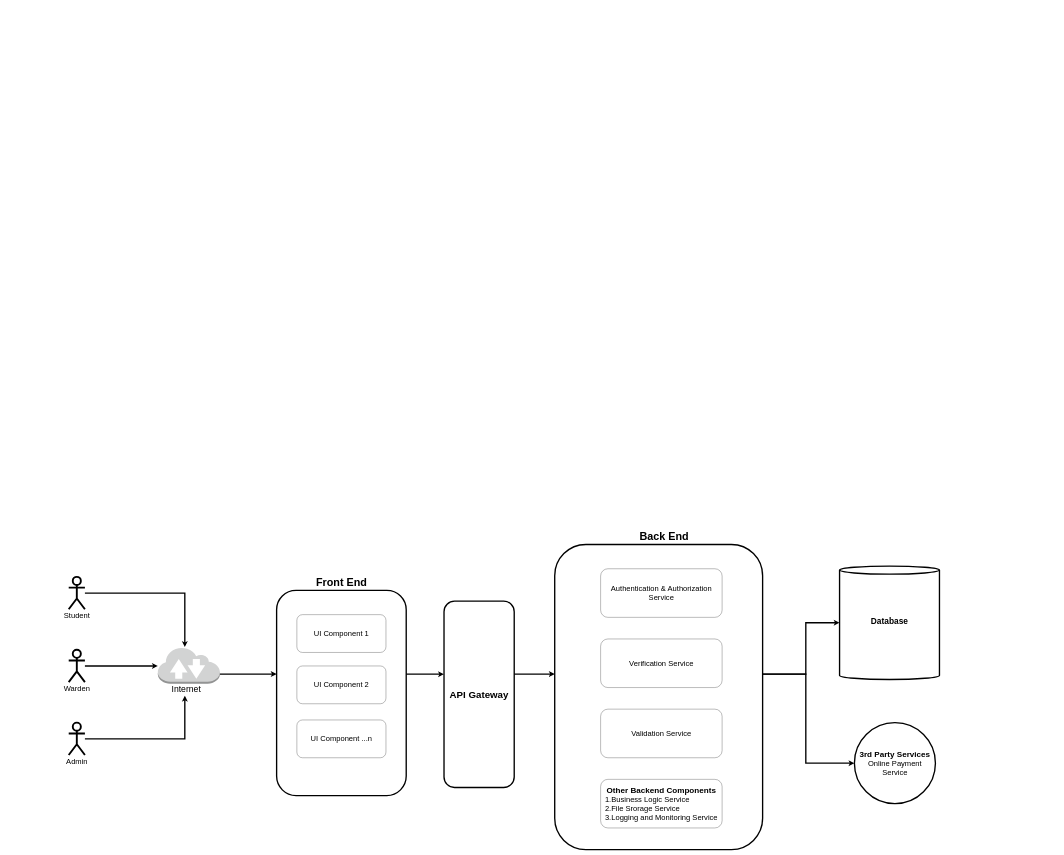
The draw.io diagram System Architecture Diagram.drawio in OU-Hostel-Management/OU-Hostel-System, before the edit. Source tidied: cells renumbered, new cells numbered last; positions are measured from the earlier drawing's top-left corner, leaving out a move shared by most shapes. Both pictures are drawn from the tidied source at 27%, with x=0, y=0 at pixel (69, 528).
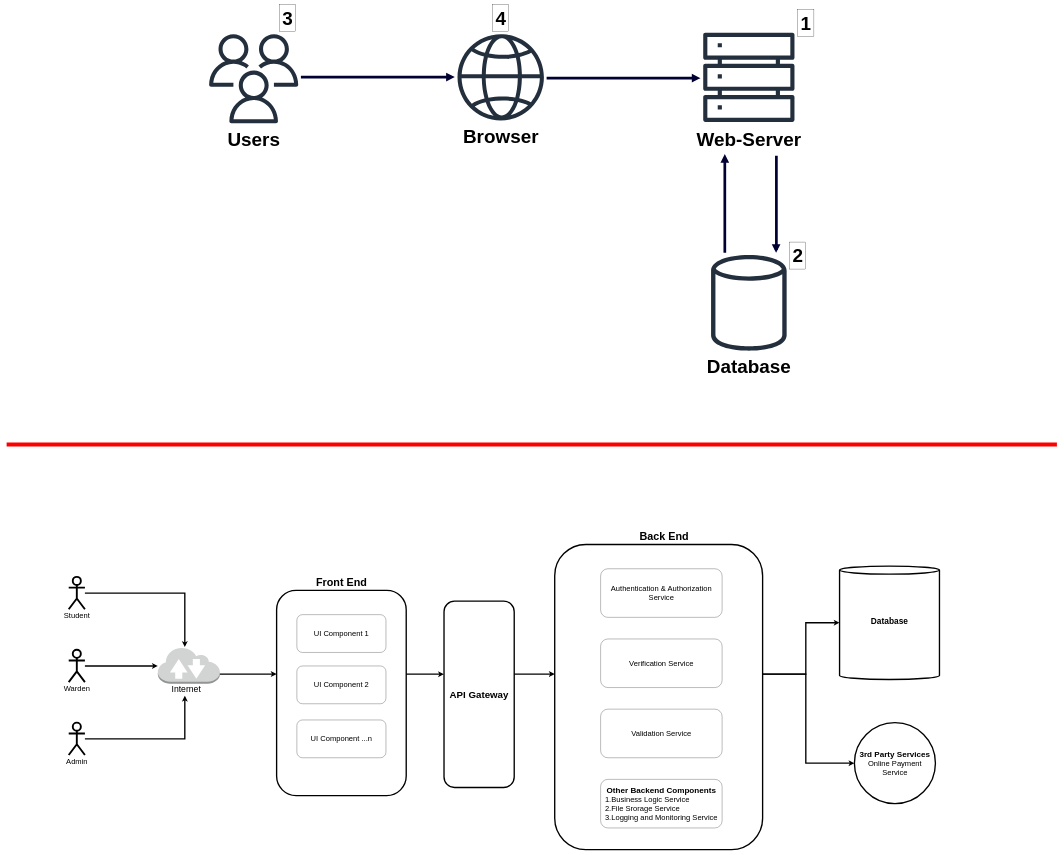
The same page after the edit.

Change to the diagram source:
```diff
@@
+    <mxCell id="31" style="group;" parent="1" vertex="1">
+      <mxGeometry x="520" y="-1939" width="2240" height="1389" as="geometry" />
+    </mxCell>
+    <mxCell id="32" style="sketch=0;fontColor=#232F3E;gradientColor=none;fillColor=#232F3D;strokeColor=none;dashed=0;verticalLabelPosition=bottom;verticalAlign=top;align=center;html=1;fontSize=12;fontStyle=0;shape=mxgraph.aws4.globe;" parent="31" vertex="1">
+      <mxGeometry x="920" y="109" width="320" height="320" as="geometry" />
+    </mxCell>
+    <mxCell id="33" style="sketch=0;fontColor=#232F3E;gradientColor=none;fillColor=#232F3D;strokeColor=none;dashed=0;verticalLabelPosition=bottom;verticalAlign=top;align=center;html=1;fontSize=12;fontStyle=0;shape=mxgraph.aws4.users;" parent="31" vertex="1">
+      <mxGeometry y="109" width="330" height="330" as="geometry" />
+    </mxCell>
+    <mxCell id="34" style="sketch=0;fontColor=#232F3E;gradientColor=none;fillColor=#232F3D;strokeColor=none;dashed=0;verticalLabelPosition=bottom;verticalAlign=top;align=center;html=1;fontSize=12;fontStyle=0;shape=mxgraph.aws4.servers;" parent="31" vertex="1">
+      <mxGeometry x="1830" y="100" width="338" height="338" as="geometry" />
+    </mxCell>
+    <mxCell id="35" style="sketch=0;fontColor=#232F3E;gradientColor=none;fillColor=#232F3D;strokeColor=none;dashed=0;verticalLabelPosition=bottom;verticalAlign=top;align=center;html=1;fontSize=12;fontStyle=0;shape=mxgraph.aws4.generic_database;" parent="31" vertex="1">
+      <mxGeometry x="1859.1" y="919" width="279.9" height="370" as="geometry" />
+    </mxCell>
+    <mxCell id="36" value="&lt;font style=&quot;font-size: 70px;&quot;&gt;&lt;b&gt;Users&lt;/b&gt;&lt;/font&gt;" style="text;html=1;align=center;verticalAlign=middle;strokeColor=none;fillColor=none;" parent="31" vertex="1">
+      <mxGeometry x="55" y="449" width="220" height="100" as="geometry" />
+    </mxCell>
+    <mxCell id="37" value="&lt;span style=&quot;font-size: 70px;&quot;&gt;&lt;b&gt;Browser&lt;/b&gt;&lt;/span&gt;" style="text;html=1;align=center;verticalAlign=middle;strokeColor=none;fillColor=none;" parent="31" vertex="1">
+      <mxGeometry x="930" y="439" width="300" height="100" as="geometry" />
+    </mxCell>
+    <mxCell id="38" value="&lt;span style=&quot;font-size: 70px;&quot;&gt;&lt;b&gt;Web-Server&lt;/b&gt;&lt;/span&gt;" style="text;html=1;align=center;verticalAlign=middle;strokeColor=none;fillColor=none;" parent="31" vertex="1">
+      <mxGeometry x="1794" y="449" width="410" height="100" as="geometry" />
+    </mxCell>
+    <mxCell id="39" value="&lt;span style=&quot;font-size: 70px;&quot;&gt;&lt;b&gt;Database&lt;/b&gt;&lt;/span&gt;" style="text;html=1;align=center;verticalAlign=middle;strokeColor=none;fillColor=none;" parent="31" vertex="1">
+      <mxGeometry x="1834" y="1289" width="330" height="100" as="geometry" />
+    </mxCell>
+    <mxCell id="40" style="edgeStyle=orthogonalEdgeStyle;html=1;endArrow=block;elbow=vertical;startArrow=none;endFill=1;strokeColor=#000033;rounded=0;strokeWidth=10;" parent="31" edge="1">
+      <mxGeometry relative="1" as="geometry">
+        <mxPoint x="340" y="268" as="sourcePoint" />
+        <mxPoint x="910" y="268" as="targetPoint" />
+      </mxGeometry>
+    </mxCell>
+    <mxCell id="41" style="edgeStyle=orthogonalEdgeStyle;html=1;endArrow=block;elbow=vertical;startArrow=none;endFill=1;strokeColor=#000033;rounded=0;strokeWidth=10;" parent="31" edge="1">
+      <mxGeometry relative="1" as="geometry">
+        <mxPoint x="1250" y="272" as="sourcePoint" />
+        <mxPoint x="1820" y="272" as="targetPoint" />
+      </mxGeometry>
+    </mxCell>
+    <mxCell id="42" style="edgeStyle=orthogonalEdgeStyle;html=1;endArrow=block;elbow=vertical;startArrow=none;endFill=1;strokeColor=#000033;rounded=0;strokeWidth=10;" parent="31" edge="1">
+      <mxGeometry relative="1" as="geometry">
+        <mxPoint x="1910" y="919" as="sourcePoint" />
+        <mxPoint x="1910" y="553" as="targetPoint" />
+        <Array as="points">
+          <mxPoint x="1910" y="573" />
+        </Array>
+      </mxGeometry>
+    </mxCell>
+    <mxCell id="43" style="edgeStyle=orthogonalEdgeStyle;html=1;endArrow=block;elbow=vertical;startArrow=none;endFill=1;strokeColor=#000033;rounded=0;strokeWidth=10;" parent="31" edge="1">
+      <mxGeometry relative="1" as="geometry">
+        <mxPoint x="2101" y="559" as="sourcePoint" />
+        <mxPoint x="2100" y="919" as="targetPoint" />
+        <Array as="points">
+          <mxPoint x="2101" y="903" />
+        </Array>
+      </mxGeometry>
+    </mxCell>
+    <mxCell id="44" value="&lt;span style=&quot;font-size: 70px;&quot;&gt;&lt;b&gt;1&lt;/b&gt;&lt;/span&gt;" style="text;html=1;align=center;verticalAlign=middle;strokeColor=default;fillColor=default;gradientColor=none;rounded=0;" parent="31" vertex="1">
+      <mxGeometry x="2180" y="19" width="60" height="100" as="geometry" />
+    </mxCell>
+    <mxCell id="45" value="&lt;span style=&quot;font-size: 70px;&quot;&gt;&lt;b&gt;2&lt;/b&gt;&lt;/span&gt;" style="text;html=1;align=center;verticalAlign=middle;strokeColor=default;fillColor=default;gradientColor=none;rounded=0;" parent="31" vertex="1">
+      <mxGeometry x="2150" y="879" width="60" height="100" as="geometry" />
+    </mxCell>
+    <mxCell id="46" value="&lt;span style=&quot;font-size: 70px;&quot;&gt;&lt;b&gt;3&lt;/b&gt;&lt;/span&gt;" style="text;html=1;align=center;verticalAlign=middle;strokeColor=default;fillColor=default;gradientColor=none;rounded=0;" parent="31" vertex="1">
+      <mxGeometry x="260" width="60" height="100" as="geometry" />
+    </mxCell>
+    <mxCell id="47" value="&lt;span style=&quot;font-size: 70px;&quot;&gt;&lt;b&gt;4&lt;/b&gt;&lt;/span&gt;" style="text;html=1;align=center;verticalAlign=middle;strokeColor=default;fillColor=default;gradientColor=none;rounded=0;" parent="31" vertex="1">
+      <mxGeometry x="1050" width="60" height="100" as="geometry" />
+    </mxCell>
+    <mxCell id="48" style="endArrow=none;html=1;rounded=0;verticalAlign=middle;strokeColor=#ff0000;strokeWidth=15;" parent="1" edge="1">
+      <mxGeometry relative="1" as="geometry">
+        <mxPoint x="-230" y="-310" as="sourcePoint" />
+        <mxPoint x="3660" y="-310" as="targetPoint" />
+      </mxGeometry>
+    </mxCell>
```
